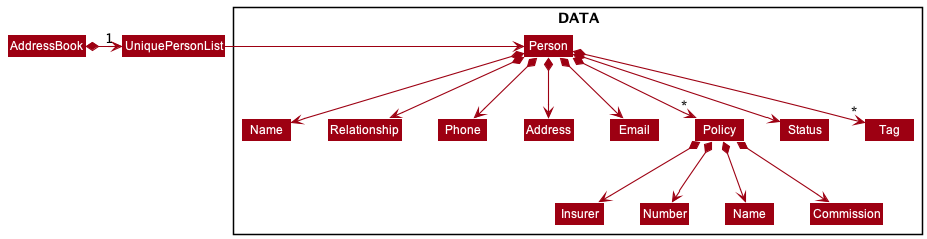
whoisjustinngo/tp keeps this PlantUML diagram as docs/images/PersonModelClassDiagram.png. Above is the earlier version.
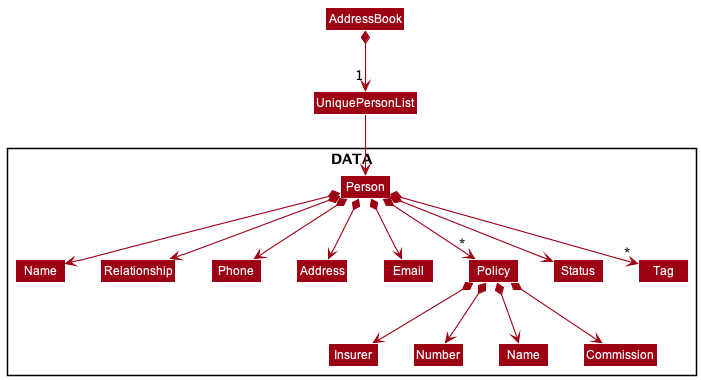
Above is the later version.

Commit message:
Make image more vertical

Change to the diagram source:
```diff
@@ -19,8 +19,8 @@
 Class Name2 as "Name"
 Class Commission
 }
-AddressBook *-right-> "1" UniquePersonList
-UniquePersonList -right-> Person
+AddressBook *-down-> "1" UniquePersonList
+UniquePersonList -down-> Person
 
 Person *--> Name
 Person *--> Phone
```
